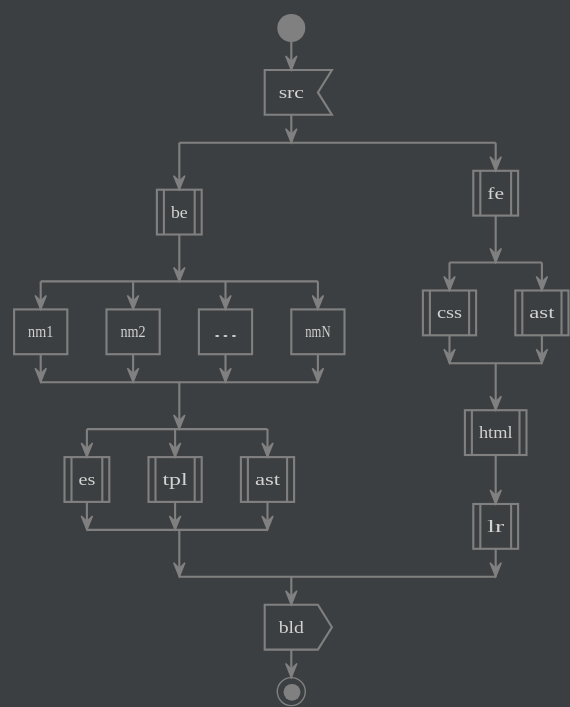
Above: eng/mdl/uml/bdr/atf/bld.svg in bondden/esf-bdr (PlantUML), before the change. Its source is kept beside it as eng/mdl/uml/bdr/scn/bld.puml.
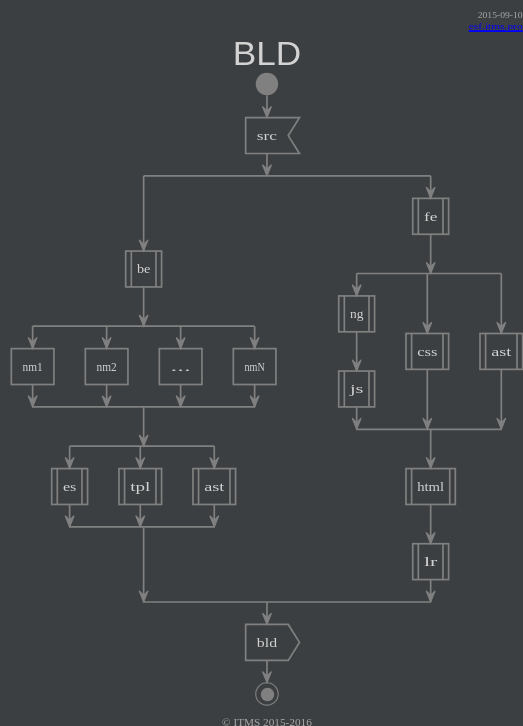
The same diagram one commit later.

What changed in the source:
```diff
@@ -3,6 +3,18 @@
 !ifndef BDR_SCN_THM
   !include thm.puml
 !endif
+
+header
+2015-09-10
+[[https://esf.itms.pro esf.itms.pro]]
+end header
+
+footer
+
+© ITMS 2015-2016
+end footer
+
+title BLD
 
 start
 
@@ -35,6 +47,9 @@
   :fe|
 
   split
+    :ng|
+    :js|
+  split again
     :css|
   split again
     :ast|
```
